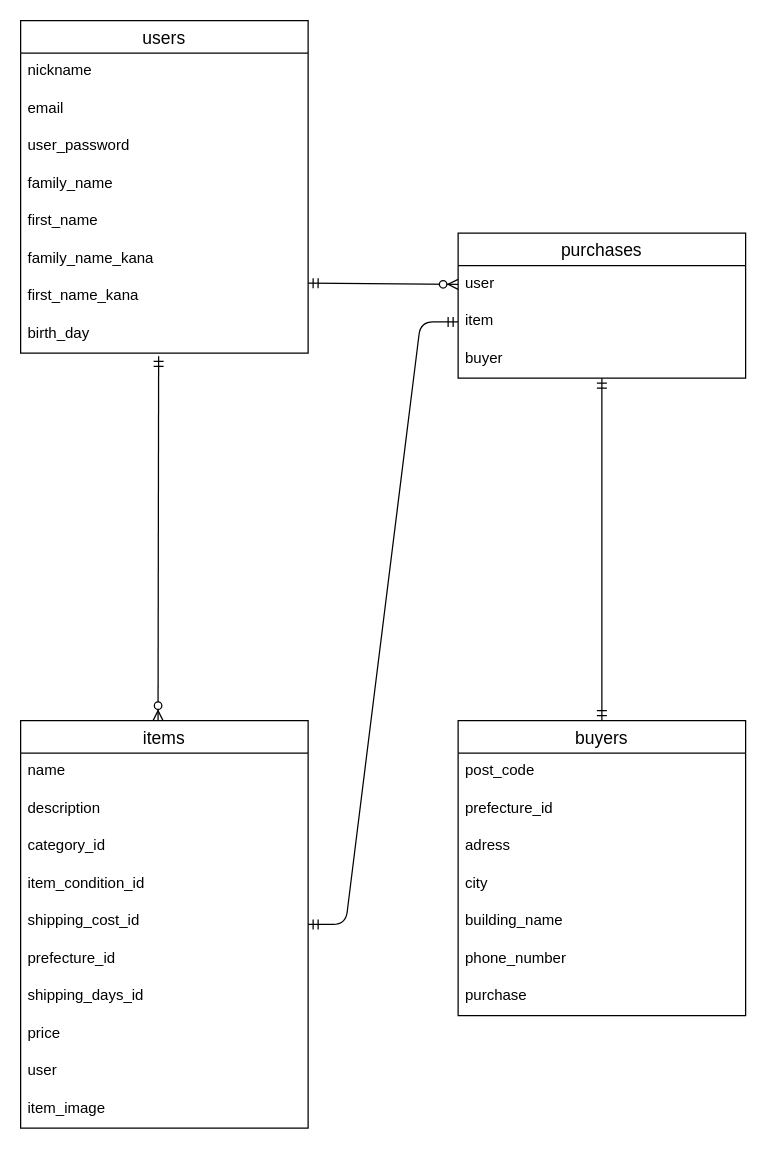
daisen-you/furima-37337 keeps this draw.io diagram as test.dio. Above is the earlier version. Source tidied: cells renumbered, new cells numbered last; positions are measured from the earlier drawing's top-left corner, leaving out a move shared by most shapes. Both pictures are drawn from the tidied source at 125%, with x=0, y=0 at pixel (20, 20).
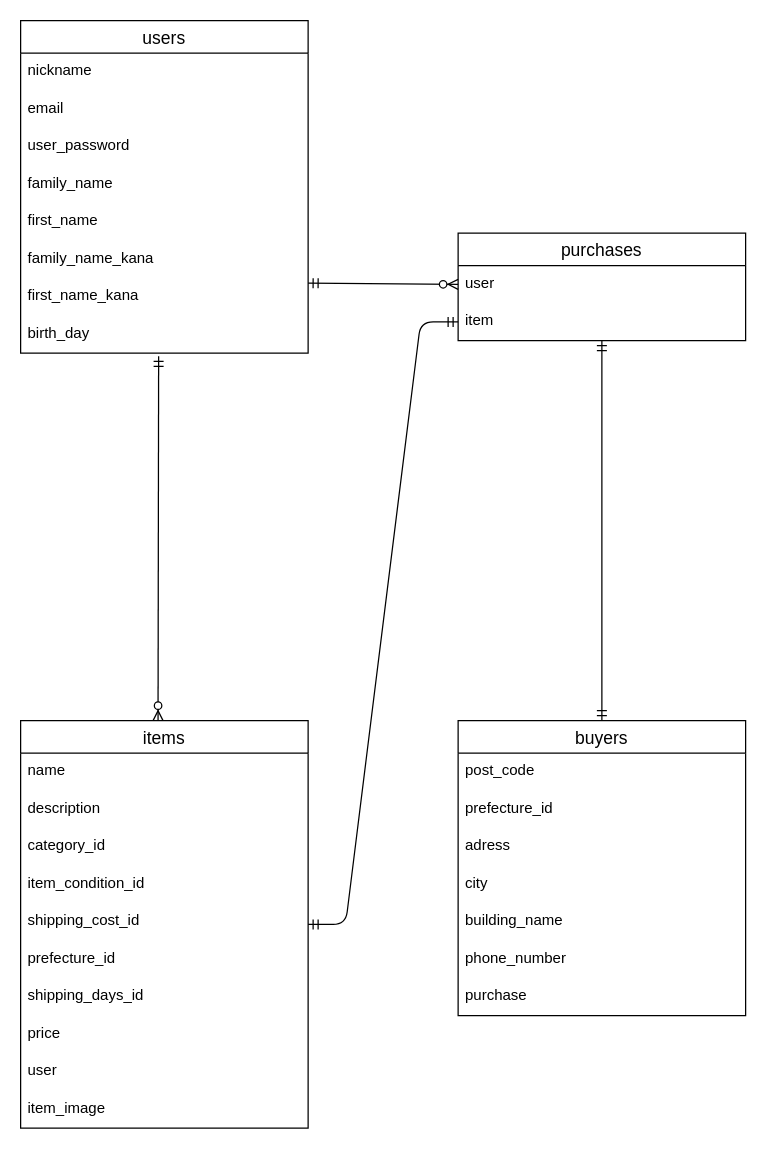
After the change.

Commit message (it also covers changes not shown here):
READMEの修正４回目

The edit, as a diff of the source:
```diff
@@
     <mxCell id="31" value="purchases" style="swimlane;fontStyle=0;horizontal=1;startSize=26;align=center;fontSize=14;" parent="1" vertex="1">
-      <mxGeometry x="350" y="170" width="230" height="116" as="geometry" />
+      <mxGeometry x="350" y="170" width="230" height="86" as="geometry" />
     </mxCell>
@@
-    <mxCell id="34" value="buyer" style="text;strokeColor=none;fillColor=none;spacingLeft=4;spacingRight=4;overflow=hidden;fontSize=12;" parent="31" vertex="1">
-      <mxGeometry y="86" width="230" height="30" as="geometry" />
-    </mxCell>
```
